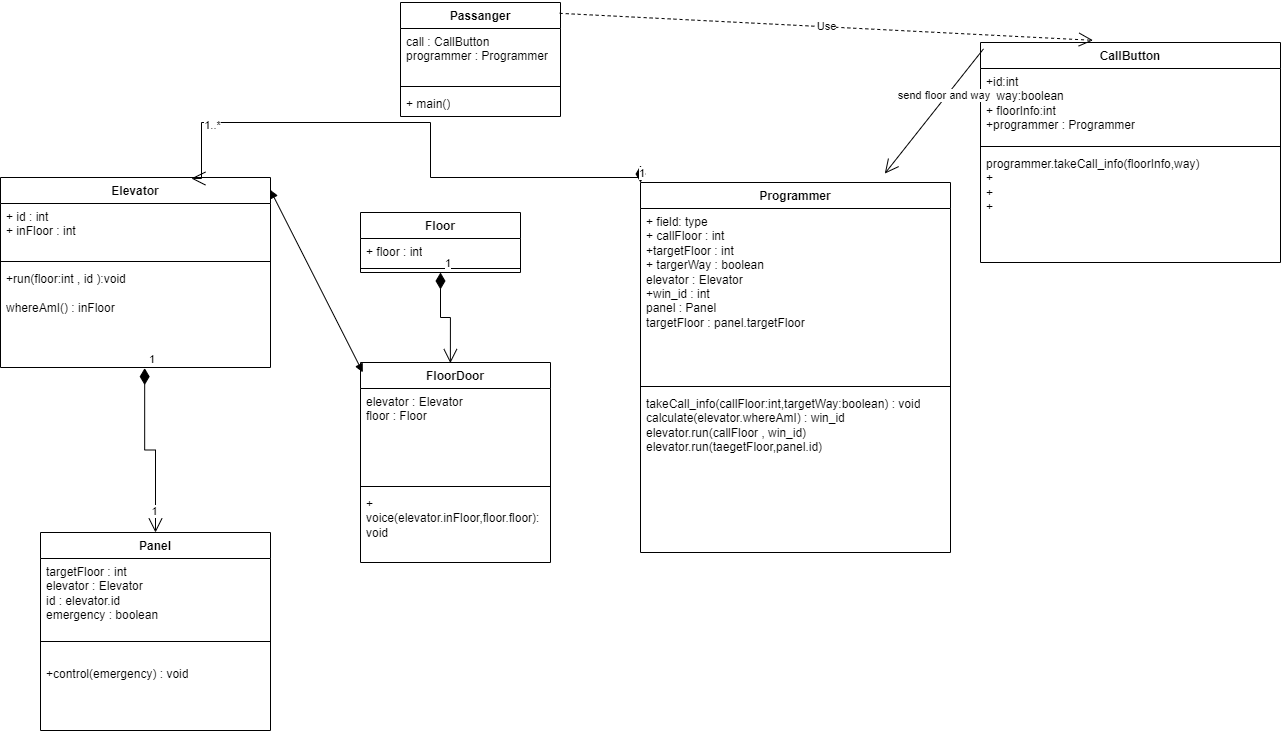
The draw.io diagram elevator similation.drawio.png in orhanozyurtt/UML-FILES, before a commit. Source tidied: cells renumbered, new cells last; positions are measured from the earlier drawing's top-left corner, leaving out a move shared by most shapes.
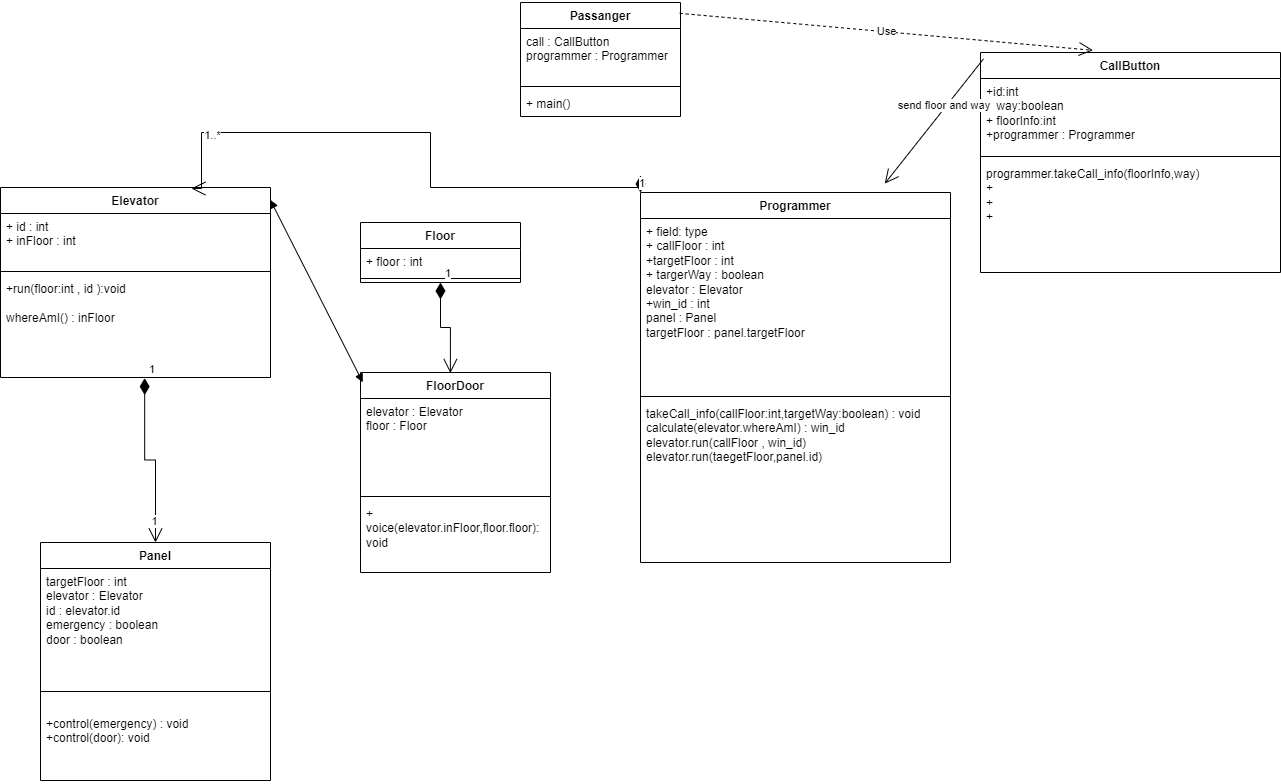
After the commit.

Change to the diagram source:
```diff
@@ -3,16 +3,16 @@
     <mxCell id="0" />
     <mxCell id="1" parent="0" />
     <mxCell id="2" value="Panel" style="swimlane;fontStyle=1;align=center;verticalAlign=top;horizontal=1;startSize=26;whiteSpace=wrap;html=1;" parent="1" vertex="1">
-      <mxGeometry x="40" y="530" width="230" height="198" as="geometry" />
+      <mxGeometry x="40" y="530" width="230" height="238" as="geometry" />
     </mxCell>
-    <mxCell id="3" value="targetFloor : int&amp;nbsp;&lt;br&gt;elevator : Elevator&lt;br&gt;id : elevator.id&lt;br&gt;emergency : boolean" style="text;strokeColor=none;fillColor=none;align=left;verticalAlign=top;spacingLeft=4;spacingRight=4;overflow=hidden;whiteSpace=wrap;html=1;" parent="2" vertex="1">
-      <mxGeometry y="26" width="230" height="64" as="geometry" />
+    <mxCell id="3" value="targetFloor : int&amp;nbsp;&lt;br&gt;elevator : Elevator&lt;br&gt;id : elevator.id&lt;br&gt;emergency : boolean&lt;br&gt;door : boolean" style="text;strokeColor=none;fillColor=none;align=left;verticalAlign=top;spacingLeft=4;spacingRight=4;overflow=hidden;whiteSpace=wrap;html=1;" parent="2" vertex="1">
+      <mxGeometry y="26" width="230" height="104" as="geometry" />
     </mxCell>
     <mxCell id="4" style="line;strokeWidth=1;fillColor=none;align=left;verticalAlign=middle;spacingTop=-1;spacingLeft=3;spacingRight=3;labelPosition=right;strokeColor=inherit;" parent="2" vertex="1">
-      <mxGeometry y="90" width="230" height="38" as="geometry" />
+      <mxGeometry y="130" width="230" height="38" as="geometry" />
     </mxCell>
-    <mxCell id="5" value="+control(emergency) : void" style="text;strokeColor=none;fillColor=none;align=left;verticalAlign=top;spacingLeft=4;spacingRight=4;overflow=hidden;whiteSpace=wrap;html=1;" parent="2" vertex="1">
-      <mxGeometry y="128" width="230" height="70" as="geometry" />
+    <mxCell id="5" value="+control(emergency) : void&lt;br&gt;+control(door): void" style="text;strokeColor=none;fillColor=none;align=left;verticalAlign=top;spacingLeft=4;spacingRight=4;overflow=hidden;whiteSpace=wrap;html=1;" parent="2" vertex="1">
+      <mxGeometry y="168" width="230" height="70" as="geometry" />
     </mxCell>
     <mxCell id="6" value="Elevator" style="swimlane;fontStyle=1;align=center;verticalAlign=top;horizontal=1;startSize=26;whiteSpace=wrap;html=1;" parent="1" vertex="1">
       <mxGeometry y="175" width="270" height="190" as="geometry" />
@@ -27,7 +27,7 @@
       <mxGeometry y="88" width="270" height="102" as="geometry" />
     </mxCell>
     <mxCell id="10" value="Passanger" style="swimlane;fontStyle=1;align=center;verticalAlign=top;horizontal=1;startSize=26;whiteSpace=wrap;html=1;" parent="1" vertex="1">
-      <mxGeometry x="400" width="160" height="114" as="geometry" />
+      <mxGeometry x="520" y="-10" width="160" height="114" as="geometry" />
     </mxCell>
     <mxCell id="11" value="call : CallButton&lt;br&gt;programmer : Programmer" style="text;strokeColor=none;fillColor=none;align=left;verticalAlign=top;spacingLeft=4;spacingRight=4;overflow=hidden;whiteSpace=wrap;html=1;" parent="10" vertex="1">
       <mxGeometry y="26" width="160" height="54" as="geometry" />
```
